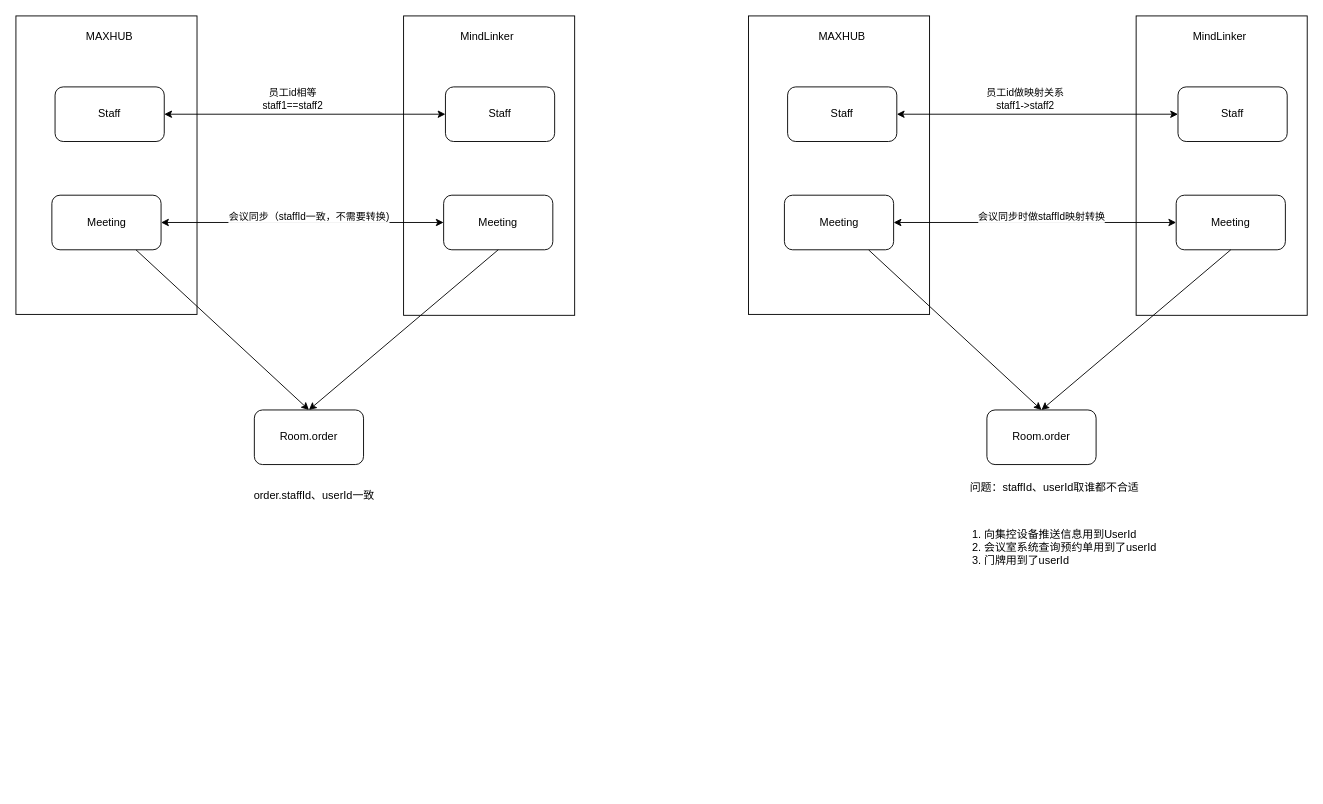
Before: 未命名绘图.drawio in laowang-cloud/diagrams, a draw.io diagram. Source tidied: cells renumbered, new cells numbered last; positions are measured from the earlier drawing's top-left corner, leaving out a move shared by most shapes. Both pictures are drawn from the tidied source at 91%, with x=0, y=0 at pixel (15, 15).
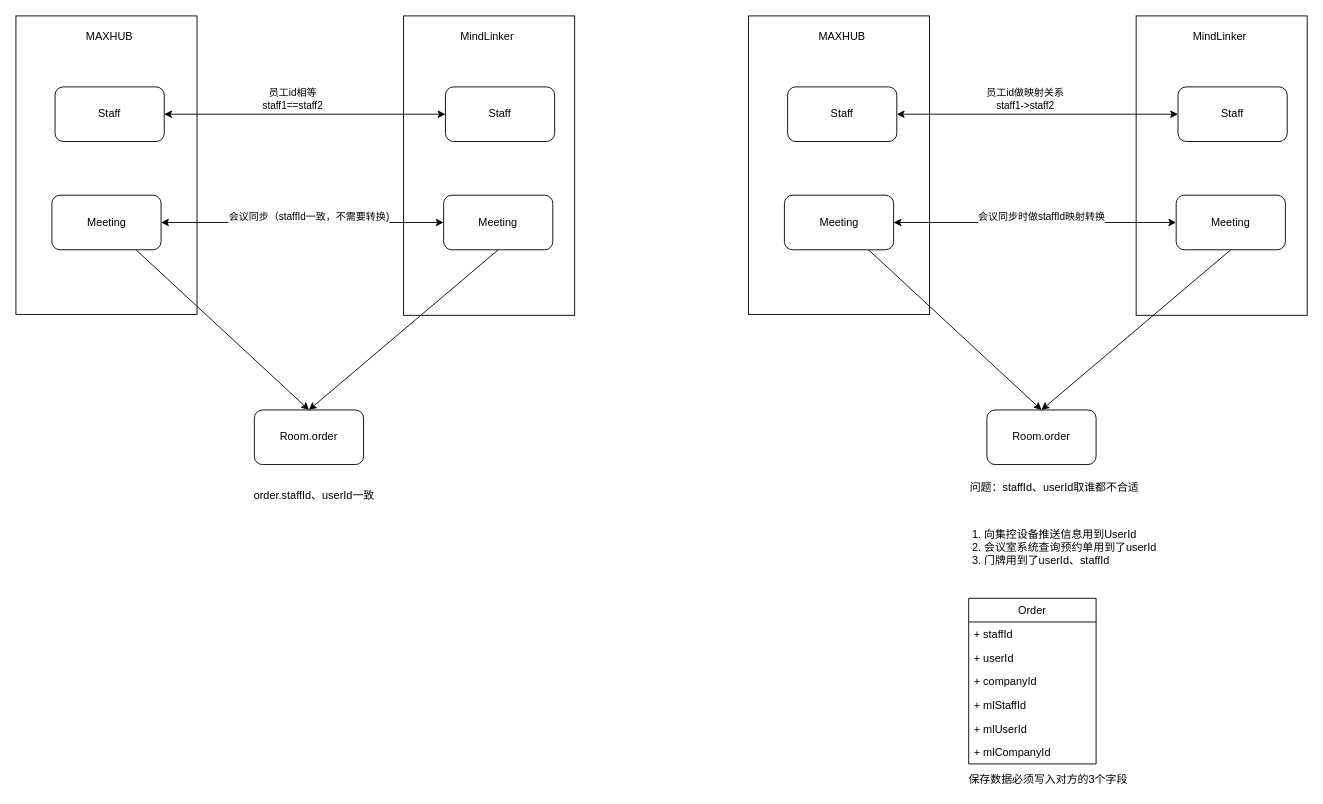
After the change.

Commit message (it also covers changes not shown here):
更新未命名绘图.drawio

Diff of the diagram source:
```diff
@@
-    <mxCell id="34" value="1. 向集控设备推送信息用到UserId&lt;br&gt;&lt;div&gt;&lt;span&gt;2. 会议室系统查询预约单用到了userId&lt;/span&gt;&lt;/div&gt;&lt;div&gt;&lt;span&gt;3. 门牌用到了userId&lt;/span&gt;&lt;/div&gt;" style="text;html=1;strokeColor=none;fillColor=none;align=left;verticalAlign=middle;whiteSpace=wrap;rounded=0;" parent="1" vertex="1">
+    <mxCell id="34" value="1. 向集控设备推送信息用到UserId&lt;br&gt;&lt;div&gt;&lt;span&gt;2. 会议室系统查询预约单用到了userId&lt;/span&gt;&lt;/div&gt;&lt;div&gt;&lt;span&gt;3. 门牌用到了userId、staffId&lt;/span&gt;&lt;/div&gt;" style="text;html=1;strokeColor=none;fillColor=none;align=left;verticalAlign=middle;whiteSpace=wrap;rounded=0;" parent="1" vertex="1">
       <mxGeometry x="1049" y="541" width="222" height="86" as="geometry" />
     </mxCell>
+    <mxCell id="35" value="Order" style="swimlane;fontStyle=0;horizontal=1;startSize=26;fillColor=none;" parent="1" vertex="1">
+      <mxGeometry x="1047" y="640" width="140" height="182" as="geometry" />
+    </mxCell>
+    <mxCell id="36" value="+ staffId" style="text;strokeColor=none;fillColor=none;align=left;verticalAlign=top;spacingLeft=4;spacingRight=4;overflow=hidden;" parent="35" vertex="1">
+      <mxGeometry y="26" width="140" height="26" as="geometry" />
+    </mxCell>
+    <mxCell id="37" value="+ userId" style="text;strokeColor=none;fillColor=none;align=left;verticalAlign=top;spacingLeft=4;spacingRight=4;overflow=hidden;" parent="35" vertex="1">
+      <mxGeometry y="52" width="140" height="26" as="geometry" />
+    </mxCell>
+    <mxCell id="38" value="+ companyId" style="text;strokeColor=none;fillColor=none;align=left;verticalAlign=top;spacingLeft=4;spacingRight=4;overflow=hidden;" parent="35" vertex="1">
+      <mxGeometry y="78" width="140" height="26" as="geometry" />
+    </mxCell>
+    <mxCell id="39" value="+ mlStaffId" style="text;strokeColor=none;fillColor=none;align=left;verticalAlign=top;spacingLeft=4;spacingRight=4;overflow=hidden;" parent="35" vertex="1">
+      <mxGeometry y="104" width="140" height="26" as="geometry" />
+    </mxCell>
+    <mxCell id="40" value="+ mlUserId" style="text;strokeColor=none;fillColor=none;align=left;verticalAlign=top;spacingLeft=4;spacingRight=4;overflow=hidden;" parent="35" vertex="1">
+      <mxGeometry y="130" width="140" height="26" as="geometry" />
+    </mxCell>
+    <mxCell id="41" value="+ mlCompanyId" style="text;strokeColor=none;fillColor=none;align=left;verticalAlign=top;spacingLeft=4;spacingRight=4;overflow=hidden;" parent="35" vertex="1">
+      <mxGeometry y="156" width="140" height="26" as="geometry" />
+    </mxCell>
+    <mxCell id="42" value="保存数据必须写入对方的3个字段" style="text;html=1;align=center;verticalAlign=middle;strokeColor=none;fillColor=none;" parent="1" vertex="1">
+      <mxGeometry x="1041" y="830" width="185" height="18" as="geometry" />
+    </mxCell>
```
